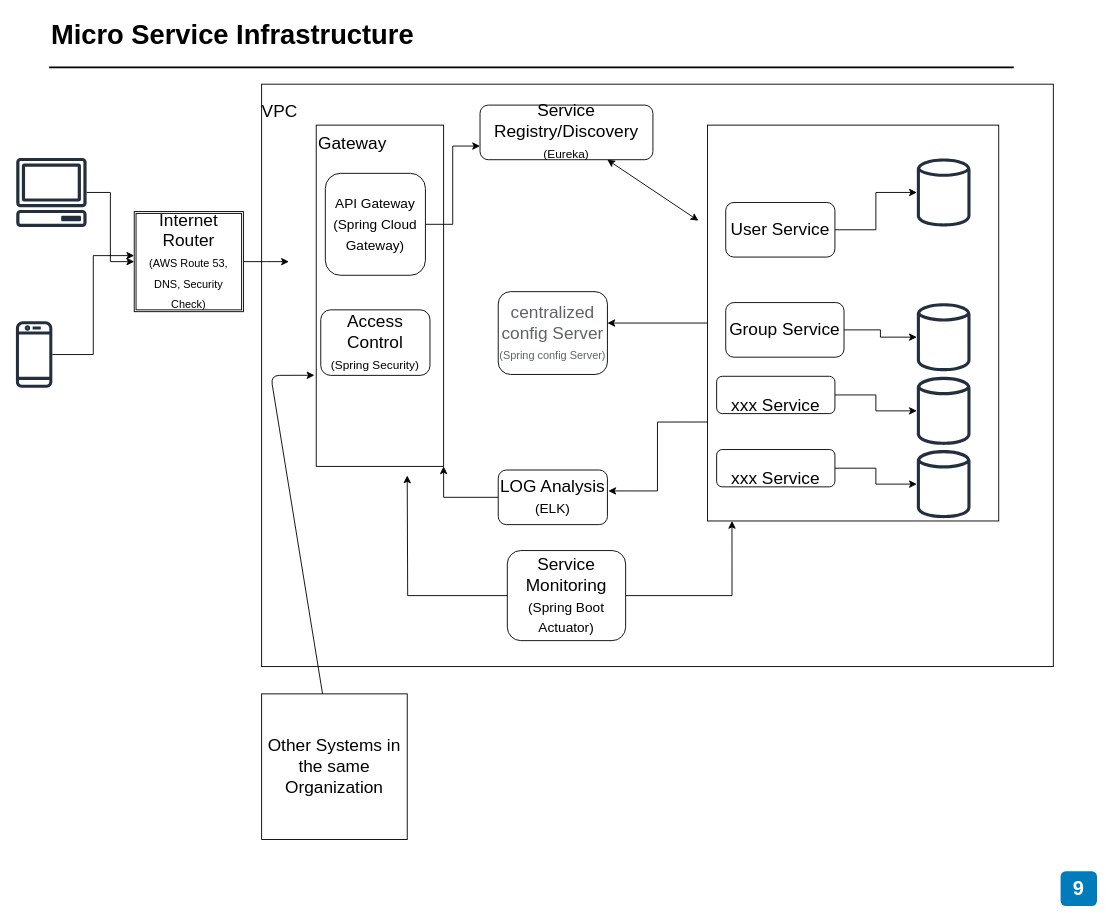
Before: page "Micro Service Infrastutrue" (1 of 2) of Untitled Diagram.drawio in pxu/TechInterview, a draw.io diagram. Source tidied: cells renumbered, new cells numbered last; positions are measured from the earlier drawing's top-left corner, leaving out a move shared by most shapes. Both pictures are drawn from the tidied source at 91%, with x=0, y=0 at pixel (15, 15).
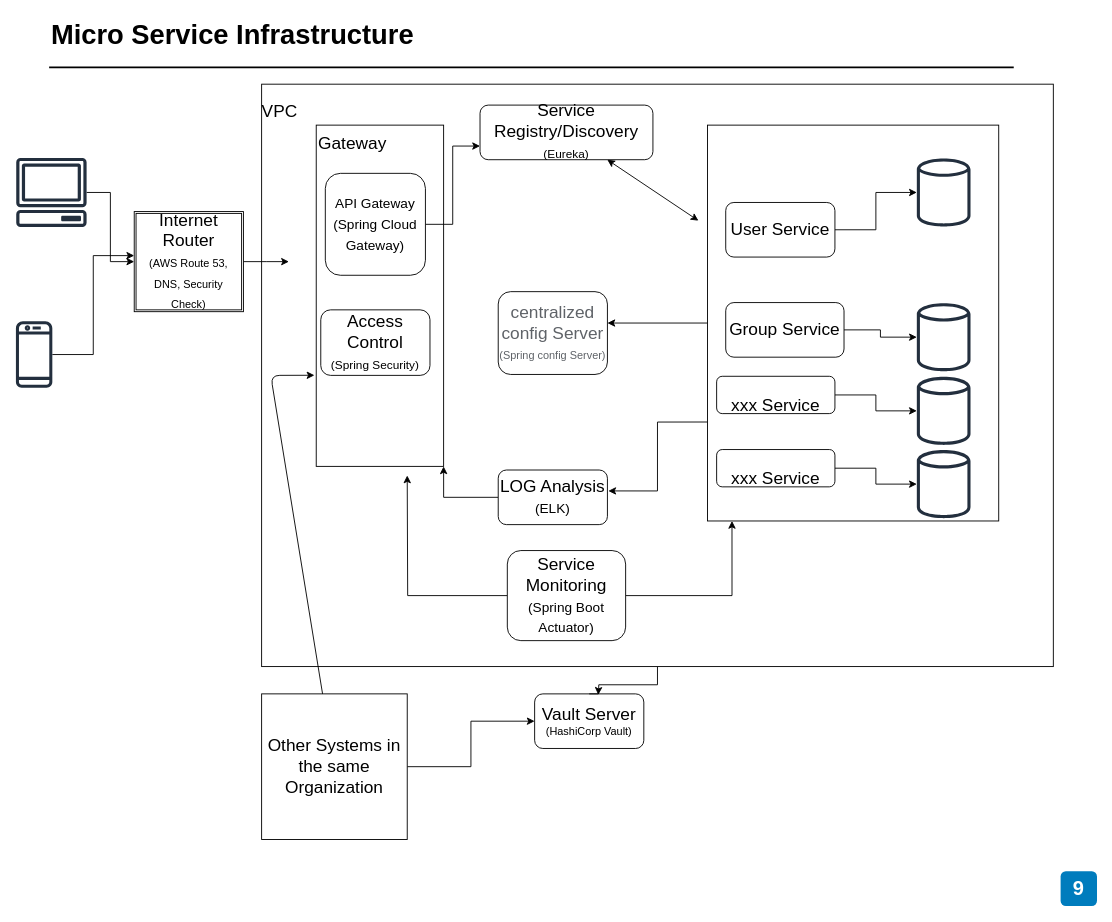
The same diagram, later.

Unchanged cells that the change refers to:
```xml
<mxCell id="2" style="rounded=0;whiteSpace=wrap;html=1;fontSize=19;" parent="1" vertex="1">
  <mxGeometry x="270" y="76" width="870" height="640" as="geometry" />
</mxCell>
<mxCell id="41" value="Other Systems in the same Organization" style="whiteSpace=wrap;html=1;fontSize=19;" parent="1" vertex="1">
  <mxGeometry x="270" y="746" width="160" height="160" as="geometry" />
</mxCell>
```

Change to the diagram source:
```diff
@@
+    <mxCell id="43" style="edgeStyle=orthogonalEdgeStyle;rounded=0;jettySize=auto;html=1;" parent="1" edge="1" source="2">
+      <mxGeometry relative="1" as="geometry">
+        <mxPoint x="640" y="756" as="targetPoint" />
+      </mxGeometry>
+    </mxCell>
@@
+    <mxCell id="44" style="edgeStyle=orthogonalEdgeStyle;rounded=0;jettySize=auto;html=1;entryX=0;entryY=0.5;entryDx=0;entryDy=0;" parent="1" edge="1" source="41" target="45">
+      <mxGeometry relative="1" as="geometry" />
+    </mxCell>
@@
+    <mxCell id="45" value="&lt;font style=&quot;font-size: 19px&quot;&gt;Vault Server&lt;/font&gt;&lt;br&gt;(HashiCorp Vault)" style="rounded=1;whiteSpace=wrap;html=1;" parent="1" vertex="1">
+      <mxGeometry x="570" y="746" width="120" height="60" as="geometry" />
+    </mxCell>
+    <mxCell id="46" style="edgeStyle=orthogonalEdgeStyle;rounded=0;orthogonalLoop=1;jettySize=auto;html=1;exitX=0.5;exitY=0;exitDx=0;exitDy=0;entryX=0.583;entryY=0.017;entryDx=0;entryDy=0;entryPerimeter=0;" parent="1" edge="1" source="45" target="45">
+      <mxGeometry relative="1" as="geometry" />
+    </mxCell>
```
